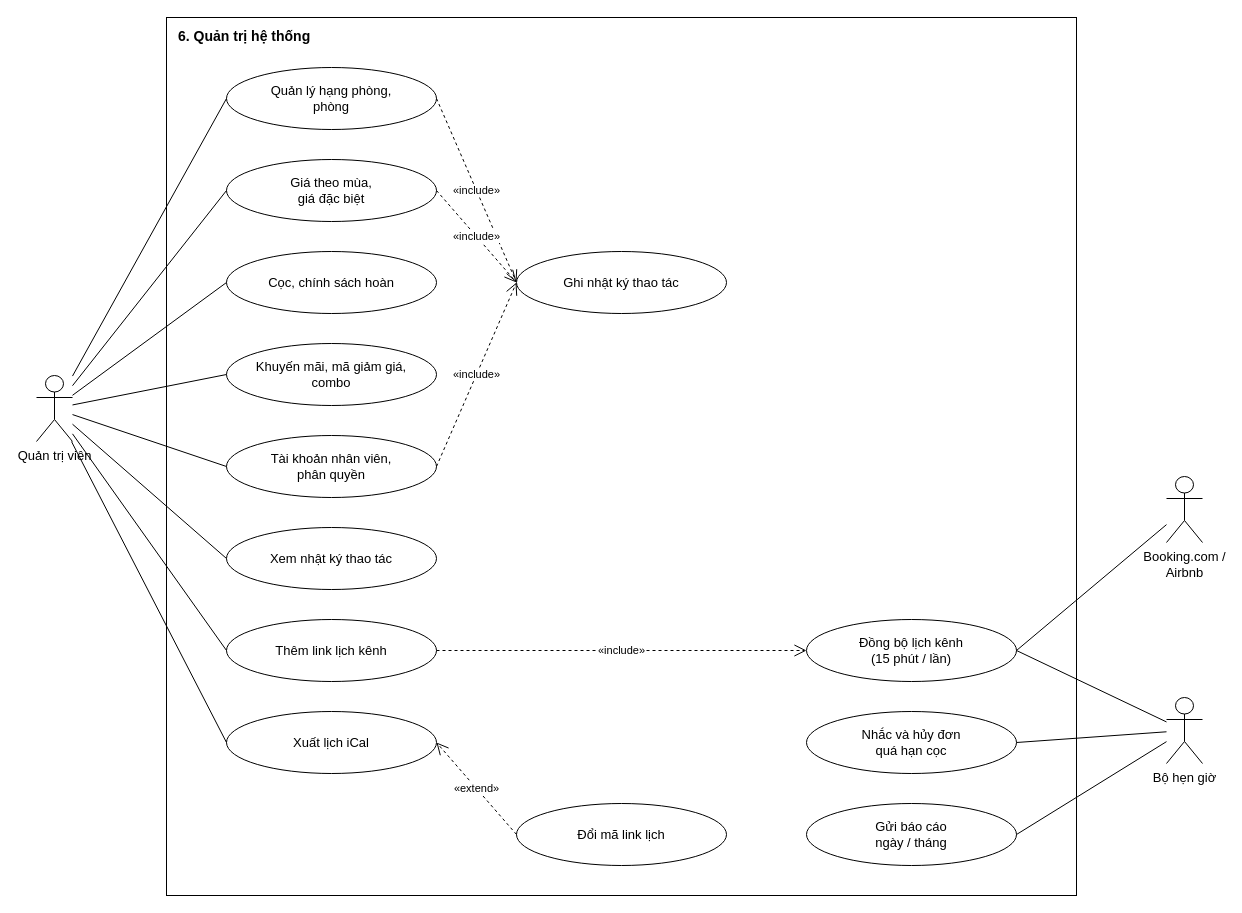
This is docs/use-case/ucn6-quan-tri-he-thong.drawio from ngynquchn2511/beach-hotel, a draw.io file, before an edit. Source tidied: cells renumbered, new cells numbered last; positions are measured from the earlier drawing's top-left corner, leaving out a move shared by most shapes. Both pictures are drawn from the tidied source at 100%, with x=0, y=0 at pixel (36, 17).
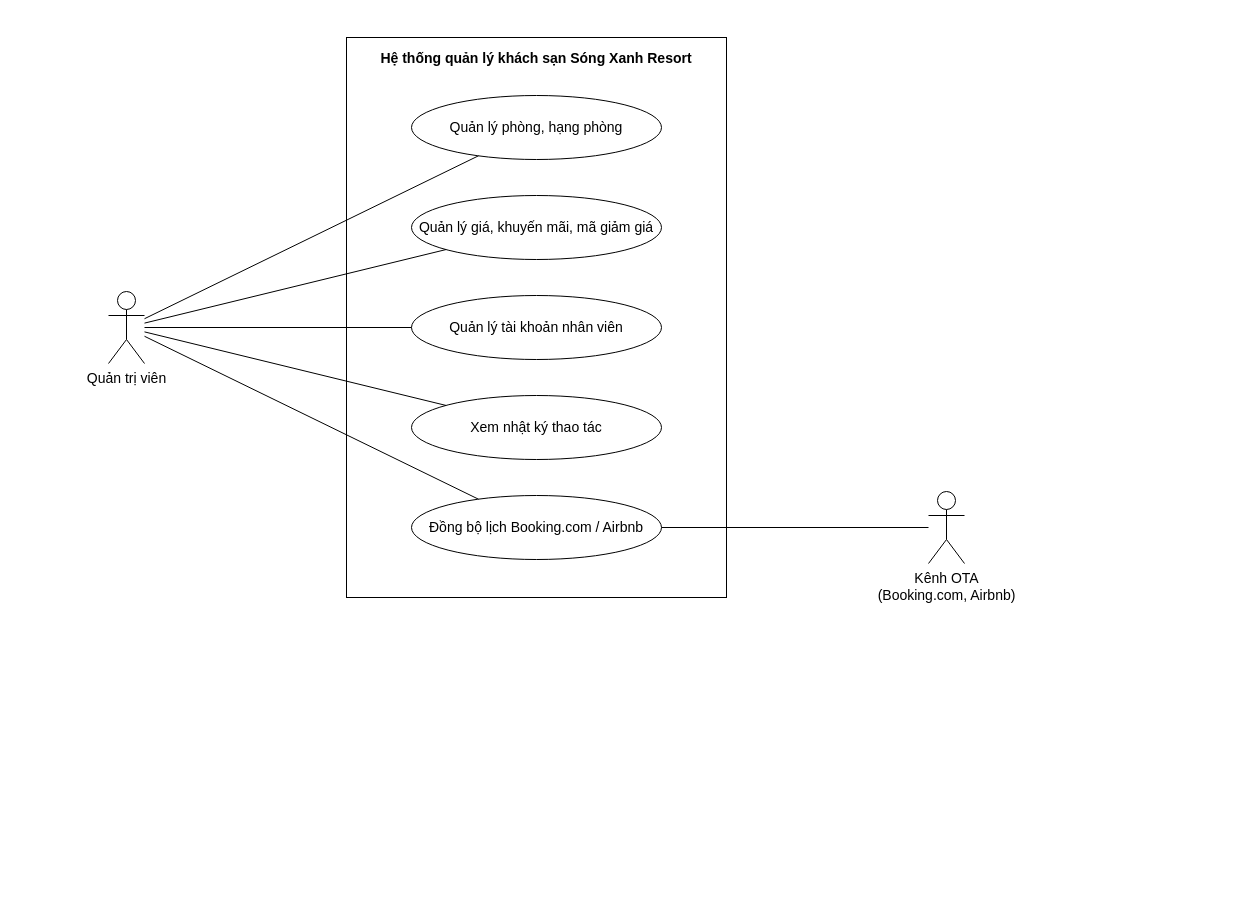
After the change.

Change to the diagram source:
```diff
@@
-<mxGraphModel>
+<mxGraphModel background="#FFFFFF">
@@
-    <mxCell id="2" value="6. Quản trị hệ thống" style="fontFamily=Arial;fontColor=#000000;rounded=0;whiteSpace=wrap;html=1;fillColor=none;strokeColor=#000000;verticalAlign=top;align=left;spacingLeft=10;spacingTop=4;fontStyle=1;fontSize=14;" parent="1" vertex="1">
-      <mxGeometry x="130" width="910" height="878" as="geometry" />
-    </mxCell>
-    <mxCell id="3" value="Quản lý hạng phòng,&lt;br&gt;phòng" style="fontFamily=Arial;fontColor=#000000;ellipse;whiteSpace=wrap;html=1;fillColor=#FFFFFF;strokeColor=#000000;fontSize=13;" parent="1" vertex="1">
-      <mxGeometry x="190" y="50" width="210" height="62" as="geometry" />
-    </mxCell>
-    <mxCell id="4" value="Giá theo mùa,&lt;br&gt;giá đặc biệt" style="fontFamily=Arial;fontColor=#000000;ellipse;whiteSpace=wrap;html=1;fillColor=#FFFFFF;strokeColor=#000000;fontSize=13;" parent="1" vertex="1">
-      <mxGeometry x="190" y="142" width="210" height="62" as="geometry" />
-    </mxCell>
-    <mxCell id="5" value="Cọc, chính sách hoàn" style="fontFamily=Arial;fontColor=#000000;ellipse;whiteSpace=wrap;html=1;fillColor=#FFFFFF;strokeColor=#000000;fontSize=13;" parent="1" vertex="1">
-      <mxGeometry x="190" y="234" width="210" height="62" as="geometry" />
-    </mxCell>
-    <mxCell id="6" value="Khuyến mãi, mã giảm giá,&lt;br&gt;combo" style="fontFamily=Arial;fontColor=#000000;ellipse;whiteSpace=wrap;html=1;fillColor=#FFFFFF;strokeColor=#000000;fontSize=13;" parent="1" vertex="1">
-      <mxGeometry x="190" y="326" width="210" height="62" as="geometry" />
-    </mxCell>
-    <mxCell id="7" value="Tài khoản nhân viên,&lt;br&gt;phân quyền" style="fontFamily=Arial;fontColor=#000000;ellipse;whiteSpace=wrap;html=1;fillColor=#FFFFFF;strokeColor=#000000;fontSize=13;" parent="1" vertex="1">
-      <mxGeometry x="190" y="418" width="210" height="62" as="geometry" />
-    </mxCell>
+    <mxCell id="36" value="Hệ thống quản lý khách sạn Sóng Xanh Resort" style="fontFamily=Arial;fontColor=#000000;rounded=0;whiteSpace=wrap;html=1;verticalAlign=top;fontStyle=1;fontSize=14;fillColor=none;strokeColor=#000000;spacingTop=6;" parent="1" vertex="1">
+      <mxGeometry x="310" y="20" width="380" height="560" as="geometry" />
+    </mxCell>
+    <mxCell id="37" value="Quản lý phòng, hạng phòng" style="fontFamily=Arial;fontColor=#000000;ellipse;whiteSpace=wrap;html=1;fillColor=#FFFFFF;strokeColor=#000000;fontSize=14;" parent="1" vertex="1">
+      <mxGeometry x="375" y="78" width="250" height="64" as="geometry" />
+    </mxCell>
+    <mxCell id="38" value="Quản lý giá, khuyến mãi, mã giảm giá" style="fontFamily=Arial;fontColor=#000000;ellipse;whiteSpace=wrap;html=1;fillColor=#FFFFFF;strokeColor=#000000;fontSize=14;" parent="1" vertex="1">
+      <mxGeometry x="375" y="178" width="250" height="64" as="geometry" />
+    </mxCell>
+    <mxCell id="39" value="Quản lý tài khoản nhân viên" style="fontFamily=Arial;fontColor=#000000;ellipse;whiteSpace=wrap;html=1;fillColor=#FFFFFF;strokeColor=#000000;fontSize=14;" parent="1" vertex="1">
+      <mxGeometry x="375" y="278" width="250" height="64" as="geometry" />
+    </mxCell>
-    <mxCell id="8" value="Xem nhật ký thao tác" style="fontFamily=Arial;fontColor=#000000;ellipse;whiteSpace=wrap;html=1;fillColor=#FFFFFF;strokeColor=#000000;fontSize=13;" parent="1" vertex="1">
-      <mxGeometry x="190" y="510" width="210" height="62" as="geometry" />
+    <mxCell id="8" value="Xem nhật ký thao tác" style="fontFamily=Arial;fontColor=#000000;ellipse;whiteSpace=wrap;html=1;fillColor=#FFFFFF;strokeColor=#000000;fontSize=14;" parent="1" vertex="1">
+      <mxGeometry x="375" y="378" width="250" height="64" as="geometry" />
     </mxCell>
-    <mxCell id="9" value="Thêm link lịch kênh" style="fontFamily=Arial;fontColor=#000000;ellipse;whiteSpace=wrap;html=1;fillColor=#FFFFFF;strokeColor=#000000;fontSize=13;" parent="1" vertex="1">
-      <mxGeometry x="190" y="602" width="210" height="62" as="geometry" />
-    </mxCell>
-    <mxCell id="10" value="Xuất lịch iCal" style="fontFamily=Arial;fontColor=#000000;ellipse;whiteSpace=wrap;html=1;fillColor=#FFFFFF;strokeColor=#000000;fontSize=13;" parent="1" vertex="1">
-      <mxGeometry x="190" y="694" width="210" height="62" as="geometry" />
-    </mxCell>
-    <mxCell id="11" value="Ghi nhật ký thao tác" style="fontFamily=Arial;fontColor=#000000;ellipse;whiteSpace=wrap;html=1;fillColor=#FFFFFF;strokeColor=#000000;fontSize=13;" parent="1" vertex="1">
-      <mxGeometry x="480" y="234" width="210" height="62" as="geometry" />
-    </mxCell>
-    <mxCell id="12" value="Đổi mã link lịch" style="fontFamily=Arial;fontColor=#000000;ellipse;whiteSpace=wrap;html=1;fillColor=#FFFFFF;strokeColor=#000000;fontSize=13;" parent="1" vertex="1">
-      <mxGeometry x="480" y="786" width="210" height="62" as="geometry" />
-    </mxCell>
-    <mxCell id="13" value="Đồng bộ lịch kênh&lt;br&gt;(15 phút / lần)" style="fontFamily=Arial;fontColor=#000000;ellipse;whiteSpace=wrap;html=1;fillColor=#FFFFFF;strokeColor=#000000;fontSize=13;" parent="1" vertex="1">
-      <mxGeometry x="770" y="602" width="210" height="62" as="geometry" />
-    </mxCell>
-    <mxCell id="14" value="Nhắc và hủy đơn&lt;br&gt;quá hạn cọc" style="fontFamily=Arial;fontColor=#000000;ellipse;whiteSpace=wrap;html=1;fillColor=#FFFFFF;strokeColor=#000000;fontSize=13;" parent="1" vertex="1">
-      <mxGeometry x="770" y="694" width="210" height="62" as="geometry" />
-    </mxCell>
-    <mxCell id="15" value="Gửi báo cáo&lt;br&gt;ngày / tháng" style="fontFamily=Arial;fontColor=#000000;ellipse;whiteSpace=wrap;html=1;fillColor=#FFFFFF;strokeColor=#000000;fontSize=13;" parent="1" vertex="1">
-      <mxGeometry x="770" y="786" width="210" height="62" as="geometry" />
-    </mxCell>
+    <mxCell id="40" value="Đồng bộ lịch Booking.com / Airbnb" style="fontFamily=Arial;fontColor=#000000;ellipse;whiteSpace=wrap;html=1;fillColor=#FFFFFF;strokeColor=#000000;fontSize=14;" parent="1" vertex="1">
+      <mxGeometry x="375" y="478" width="250" height="64" as="geometry" />
+    </mxCell>
-    <mxCell id="16" value="Quản trị viên" style="fontFamily=Arial;fontColor=#000000;shape=umlActor;verticalLabelPosition=bottom;verticalAlign=top;html=1;outlineConnect=0;fillColor=#FFFFFF;strokeColor=#000000;fontSize=13;" parent="1" vertex="1">
-      <mxGeometry y="358" width="36" height="66" as="geometry" />
+    <mxCell id="16" value="Quản trị viên" style="fontFamily=Arial;fontColor=#000000;shape=umlActor;verticalLabelPosition=bottom;verticalAlign=top;html=1;outlineConnect=0;fillColor=#FFFFFF;strokeColor=#000000;fontSize=14;" parent="1" vertex="1">
+      <mxGeometry x="72" y="274" width="36" height="72" as="geometry" />
     </mxCell>
-    <mxCell id="17" style="fontFamily=Arial;fontColor=#000000;endArrow=none;html=1;strokeColor=#000000;entryX=0;entryY=0.5;entryDx=0;entryDy=0;" parent="1" edge="1" source="16" target="3">
-      <mxGeometry relative="1" as="geometry" />
-    </mxCell>
-    <mxCell id="18" style="fontFamily=Arial;fontColor=#000000;endArrow=none;html=1;strokeColor=#000000;entryX=0;entryY=0.5;entryDx=0;entryDy=0;" parent="1" edge="1" source="16" target="4">
-      <mxGeometry relative="1" as="geometry" />
-    </mxCell>
-    <mxCell id="19" style="fontFamily=Arial;fontColor=#000000;endArrow=none;html=1;strokeColor=#000000;entryX=0;entryY=0.5;entryDx=0;entryDy=0;" parent="1" edge="1" source="16" target="5">
-      <mxGeometry relative="1" as="geometry" />
-    </mxCell>
-    <mxCell id="20" style="fontFamily=Arial;fontColor=#000000;endArrow=none;html=1;strokeColor=#000000;entryX=0;entryY=0.5;entryDx=0;entryDy=0;" parent="1" edge="1" source="16" target="6">
-      <mxGeometry relative="1" as="geometry" />
-    </mxCell>
-    <mxCell id="21" style="fontFamily=Arial;fontColor=#000000;endArrow=none;html=1;strokeColor=#000000;entryX=0;entryY=0.5;entryDx=0;entryDy=0;" parent="1" edge="1" source="16" target="7">
-      <mxGeometry relative="1" as="geometry" />
-    </mxCell>
+    <mxCell id="41" value="Kênh OTA&lt;br&gt;(Booking.com, Airbnb)" style="fontFamily=Arial;fontColor=#000000;shape=umlActor;verticalLabelPosition=bottom;verticalAlign=top;html=1;outlineConnect=0;fillColor=#FFFFFF;strokeColor=#000000;fontSize=14;" parent="1" vertex="1">
+      <mxGeometry x="892" y="474" width="36" height="72" as="geometry" />
+    </mxCell>
+    <mxCell id="42" style="fontFamily=Arial;fontColor=#000000;endArrow=none;html=1;strokeColor=#000000;rounded=0;" parent="1" edge="1" source="16" target="37">
+      <mxGeometry relative="1" as="geometry" />
+    </mxCell>
+    <mxCell id="43" style="fontFamily=Arial;fontColor=#000000;endArrow=none;html=1;strokeColor=#000000;rounded=0;" parent="1" edge="1" source="16" target="38">
+      <mxGeometry relative="1" as="geometry" />
+    </mxCell>
+    <mxCell id="44" style="fontFamily=Arial;fontColor=#000000;endArrow=none;html=1;strokeColor=#000000;rounded=0;" parent="1" edge="1" source="16" target="39">
+      <mxGeometry relative="1" as="geometry" />
+    </mxCell>
-    <mxCell id="22" style="fontFamily=Arial;fontColor=#000000;endArrow=none;html=1;strokeColor=#000000;entryX=0;entryY=0.5;entryDx=0;entryDy=0;" parent="1" edge="1" source="16" target="8">
+    <mxCell id="22" style="fontFamily=Arial;fontColor=#000000;endArrow=none;html=1;strokeColor=#000000;rounded=0;" parent="1" edge="1" source="16" target="8">
       <mxGeometry relative="1" as="geometry" />
     </mxCell>
-    <mxCell id="23" style="fontFamily=Arial;fontColor=#000000;endArrow=none;html=1;strokeColor=#000000;entryX=0;entryY=0.5;entryDx=0;entryDy=0;" parent="1" edge="1" source="16" target="9">
-      <mxGeometry relative="1" as="geometry" />
-    </mxCell>
-    <mxCell id="24" style="fontFamily=Arial;fontColor=#000000;endArrow=none;html=1;strokeColor=#000000;entryX=0;entryY=0.5;entryDx=0;entryDy=0;" parent="1" edge="1" source="16" target="10">
-      <mxGeometry relative="1" as="geometry" />
-    </mxCell>
-    <mxCell id="25" value="Booking.com /&lt;br&gt;Airbnb" style="fontFamily=Arial;fontColor=#000000;shape=umlActor;verticalLabelPosition=bottom;verticalAlign=top;html=1;outlineConnect=0;fillColor=#FFFFFF;strokeColor=#000000;fontSize=13;" parent="1" vertex="1">
-      <mxGeometry x="1130" y="459" width="36" height="66" as="geometry" />
-    </mxCell>
-    <mxCell id="26" style="fontFamily=Arial;fontColor=#000000;endArrow=none;html=1;strokeColor=#000000;entryX=1;entryY=0.5;entryDx=0;entryDy=0;" parent="1" edge="1" source="25" target="13">
-      <mxGeometry relative="1" as="geometry" />
-    </mxCell>
-    <mxCell id="27" value="Bộ hẹn giờ" style="fontFamily=Arial;fontColor=#000000;shape=umlActor;verticalLabelPosition=bottom;verticalAlign=top;html=1;outlineConnect=0;fillColor=#FFFFFF;strokeColor=#000000;fontSize=13;" parent="1" vertex="1">
-      <mxGeometry x="1130" y="680" width="36" height="66" as="geometry" />
-    </mxCell>
-    <mxCell id="28" style="fontFamily=Arial;fontColor=#000000;endArrow=none;html=1;strokeColor=#000000;entryX=1;entryY=0.5;entryDx=0;entryDy=0;" parent="1" edge="1" source="27" target="13">
-      <mxGeometry relative="1" as="geometry" />
-    </mxCell>
-    <mxCell id="29" style="fontFamily=Arial;fontColor=#000000;endArrow=none;html=1;strokeColor=#000000;entryX=1;entryY=0.5;entryDx=0;entryDy=0;" parent="1" edge="1" source="27" target="14">
-      <mxGeometry relative="1" as="geometry" />
-    </mxCell>
-    <mxCell id="30" style="fontFamily=Arial;fontColor=#000000;endArrow=none;html=1;strokeColor=#000000;entryX=1;entryY=0.5;entryDx=0;entryDy=0;" parent="1" edge="1" source="27" target="15">
-      <mxGeometry relative="1" as="geometry" />
-    </mxCell>
-    <mxCell id="31" value="«include»" style="fontFamily=Arial;fontColor=#000000;endArrow=open;endSize=10;dashed=1;html=1;strokeColor=#000000;fontSize=11;labelBackgroundColor=#FFFFFF;exitX=1;exitY=0.5;entryX=0;entryY=0.5;exitDx=0;exitDy=0;entryDx=0;entryDy=0;" parent="1" edge="1" source="3" target="11">
-      <mxGeometry relative="1" as="geometry" />
-    </mxCell>
-    <mxCell id="32" value="«include»" style="fontFamily=Arial;fontColor=#000000;endArrow=open;endSize=10;dashed=1;html=1;strokeColor=#000000;fontSize=11;labelBackgroundColor=#FFFFFF;exitX=1;exitY=0.5;entryX=0;entryY=0.5;exitDx=0;exitDy=0;entryDx=0;entryDy=0;" parent="1" edge="1" source="4" target="11">
-      <mxGeometry relative="1" as="geometry" />
-    </mxCell>
-    <mxCell id="33" value="«include»" style="fontFamily=Arial;fontColor=#000000;endArrow=open;endSize=10;dashed=1;html=1;strokeColor=#000000;fontSize=11;labelBackgroundColor=#FFFFFF;exitX=1;exitY=0.5;entryX=0;entryY=0.5;exitDx=0;exitDy=0;entryDx=0;entryDy=0;" parent="1" edge="1" source="7" target="11">
-      <mxGeometry relative="1" as="geometry" />
-    </mxCell>
-    <mxCell id="34" value="«include»" style="fontFamily=Arial;fontColor=#000000;endArrow=open;endSize=10;dashed=1;html=1;strokeColor=#000000;fontSize=11;labelBackgroundColor=#FFFFFF;exitX=1;exitY=0.5;entryX=0;entryY=0.5;exitDx=0;exitDy=0;entryDx=0;entryDy=0;" parent="1" edge="1" source="9" target="13">
-      <mxGeometry relative="1" as="geometry" />
-    </mxCell>
-    <mxCell id="35" value="«extend»" style="fontFamily=Arial;fontColor=#000000;endArrow=open;endSize=10;dashed=1;html=1;strokeColor=#000000;fontSize=11;labelBackgroundColor=#FFFFFF;exitX=0;exitY=0.5;entryX=1;entryY=0.5;exitDx=0;exitDy=0;entryDx=0;entryDy=0;" parent="1" edge="1" source="12" target="10">
-      <mxGeometry relative="1" as="geometry" />
-    </mxCell>
+    <mxCell id="45" style="fontFamily=Arial;fontColor=#000000;endArrow=none;html=1;strokeColor=#000000;rounded=0;" parent="1" edge="1" source="16" target="40">
+      <mxGeometry relative="1" as="geometry" />
+    </mxCell>
+    <mxCell id="46" style="fontFamily=Arial;fontColor=#000000;endArrow=none;html=1;strokeColor=#000000;rounded=0;" parent="1" edge="1" source="41" target="40">
+      <mxGeometry relative="1" as="geometry" />
+    </mxCell>
```
